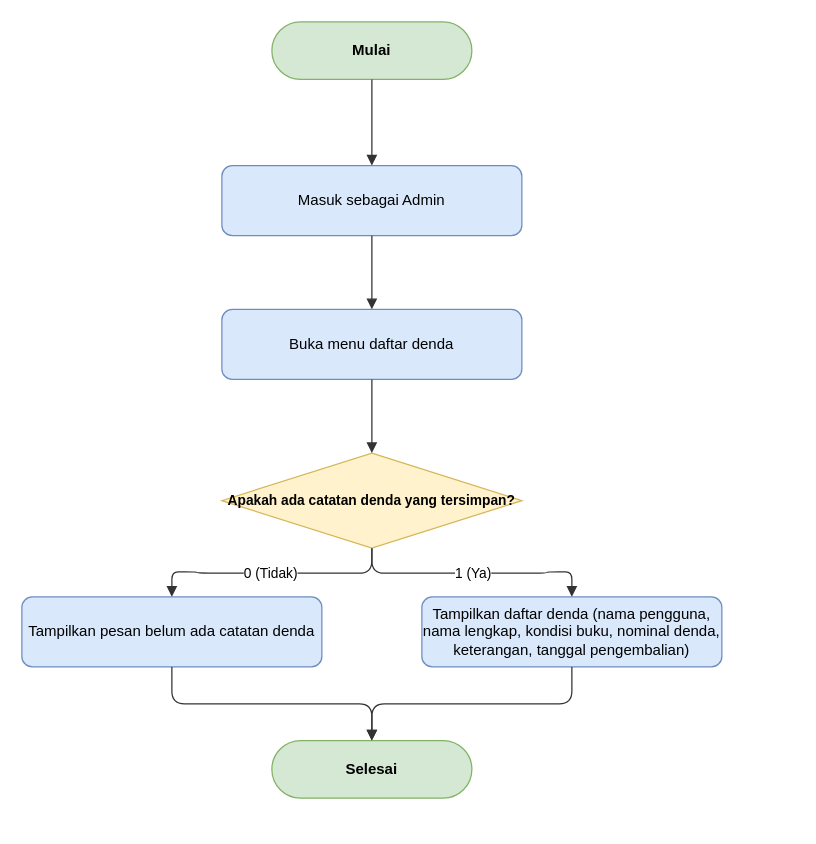
Before: docs/diagrams/flowchart/flowchart-getdenda.drawio in dimstyle/ruang-baca, a draw.io diagram. Source tidied: cells renumbered, new cells numbered last; positions are measured from the earlier drawing's top-left corner, leaving out a move shared by most shapes. Both pictures are drawn from the tidied source at 125%, with x=0, y=0 at pixel (21, 21).
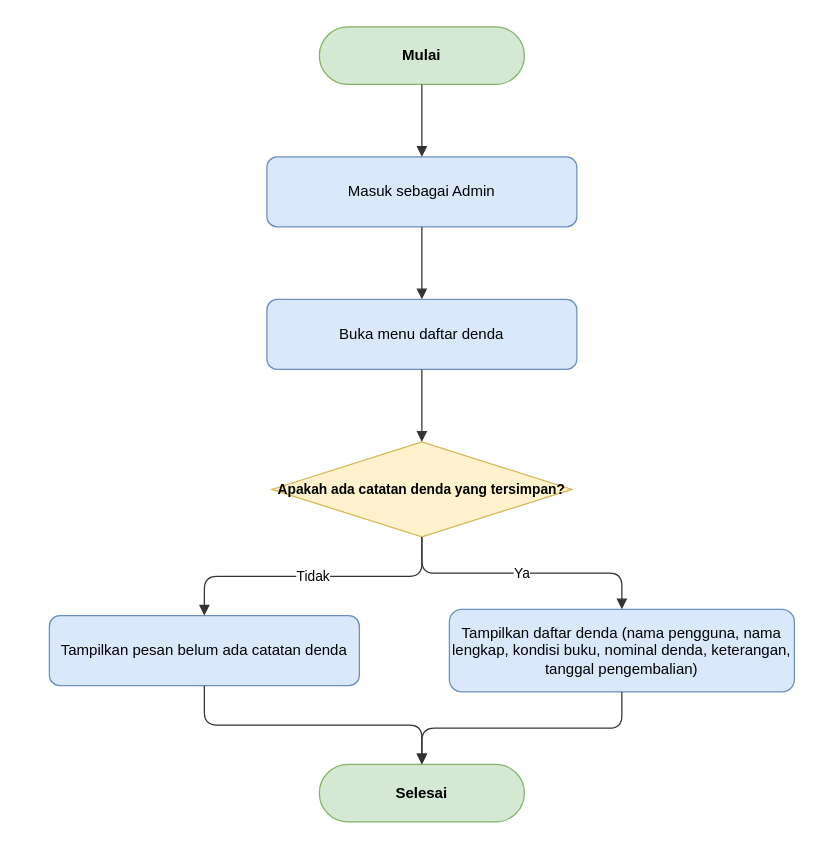
The same diagram, later.

What changed in the source:
```diff
@@
 <mxGraphModel>
   <root>
     <mxCell id="0" />
     <mxCell id="1" parent="0" />
     <mxCell id="2" value="Mulai" style="rounded=1;whiteSpace=wrap;html=1;arcSize=50;fillColor=#d5e8d4;strokeColor=#82b366;fontStyle=1;fontSize=12;" parent="1" vertex="1">
-      <mxGeometry x="200" width="160" height="46" as="geometry" />
+      <mxGeometry x="238" y="4" width="164" height="46" as="geometry" />
     </mxCell>
     <mxCell id="3" value="Masuk sebagai Admin" style="rounded=1;whiteSpace=wrap;html=1;fillColor=#dae8fc;strokeColor=#6c8ebf;fontSize=12;" parent="1" vertex="1">
-      <mxGeometry x="160" y="115" width="240" height="56" as="geometry" />
+      <mxGeometry x="196" y="108" width="248" height="56" as="geometry" />
     </mxCell>
     <mxCell id="4" value="Buka menu daftar denda" style="rounded=1;whiteSpace=wrap;html=1;fillColor=#dae8fc;strokeColor=#6c8ebf;fontSize=12;" parent="1" vertex="1">
-      <mxGeometry x="160" y="230" width="240" height="56" as="geometry" />
+      <mxGeometry x="196" y="222" width="248" height="56" as="geometry" />
     </mxCell>
     <mxCell id="5" value="Apakah ada catatan denda yang tersimpan?" style="rhombus;whiteSpace=wrap;html=1;fillColor=#fff2cc;strokeColor=#d6b656;fontStyle=1;fontSize=11;" parent="1" vertex="1">
-      <mxGeometry x="160" y="345" width="240" height="76" as="geometry" />
+      <mxGeometry x="200" y="336" width="240" height="76" as="geometry" />
     </mxCell>
     <mxCell id="6" value="Tampilkan pesan belum ada catatan denda" style="rounded=1;whiteSpace=wrap;html=1;fillColor=#dae8fc;strokeColor=#6c8ebf;fontSize=12;" parent="1" vertex="1">
-      <mxGeometry y="460" width="240" height="56" as="geometry" />
+      <mxGeometry x="22" y="475" width="248" height="56" as="geometry" />
     </mxCell>
     <mxCell id="7" value="Tampilkan daftar denda (nama pengguna, nama lengkap, kondisi buku, nominal denda, keterangan, tanggal pengembalian)" style="rounded=1;whiteSpace=wrap;html=1;fillColor=#dae8fc;strokeColor=#6c8ebf;fontSize=12;" parent="1" vertex="1">
-      <mxGeometry x="320" y="460" width="240" height="56" as="geometry" />
+      <mxGeometry x="342" y="470" width="276" height="66" as="geometry" />
     </mxCell>
     <mxCell id="8" value="Selesai" style="rounded=1;whiteSpace=wrap;html=1;arcSize=50;fillColor=#d5e8d4;strokeColor=#82b366;fontStyle=1;fontSize=12;" parent="1" vertex="1">
-      <mxGeometry x="200" y="575" width="160" height="46" as="geometry" />
+      <mxGeometry x="238" y="594" width="164" height="46" as="geometry" />
     </mxCell>
     <mxCell id="9" style="edgeStyle=orthogonalEdgeStyle;rounded=1;jettySize=auto;html=1;endArrow=block;endFill=1;strokeColor=#333333;fontSize=11;labelBackgroundColor=#ffffff;" parent="1" edge="1" source="2" target="3">
       <mxGeometry relative="1" as="geometry" />
     </mxCell>
     <mxCell id="10" style="edgeStyle=orthogonalEdgeStyle;rounded=1;jettySize=auto;html=1;endArrow=block;endFill=1;strokeColor=#333333;fontSize=11;labelBackgroundColor=#ffffff;" parent="1" edge="1" source="3" target="4">
       <mxGeometry relative="1" as="geometry" />
     </mxCell>
     <mxCell id="11" style="edgeStyle=orthogonalEdgeStyle;rounded=1;jettySize=auto;html=1;endArrow=block;endFill=1;strokeColor=#333333;fontSize=11;labelBackgroundColor=#ffffff;" parent="1" edge="1" source="4" target="5">
       <mxGeometry relative="1" as="geometry" />
     </mxCell>
-    <mxCell id="12" value="0 (Tidak)" style="edgeStyle=orthogonalEdgeStyle;rounded=1;jettySize=auto;html=1;endArrow=block;endFill=1;strokeColor=#333333;fontSize=11;labelBackgroundColor=#ffffff;" parent="1" edge="1" source="5" target="6">
+    <mxCell id="12" value="Tidak" style="edgeStyle=orthogonalEdgeStyle;rounded=1;jettySize=auto;html=1;endArrow=block;endFill=1;strokeColor=#333333;fontSize=11;labelBackgroundColor=#ffffff;" parent="1" edge="1" source="5" target="6">
       <mxGeometry relative="1" as="geometry" />
     </mxCell>
     <mxCell id="13" style="edgeStyle=orthogonalEdgeStyle;rounded=1;jettySize=auto;html=1;endArrow=block;endFill=1;strokeColor=#333333;fontSize=11;labelBackgroundColor=#ffffff;" parent="1" edge="1" source="6" target="8">
       <mxGeometry relative="1" as="geometry" />
     </mxCell>
-    <mxCell id="14" value="1 (Ya)" style="edgeStyle=orthogonalEdgeStyle;rounded=1;jettySize=auto;html=1;endArrow=block;endFill=1;strokeColor=#333333;fontSize=11;labelBackgroundColor=#ffffff;" parent="1" edge="1" source="5" target="7">
+    <mxCell id="14" value="Ya" style="edgeStyle=orthogonalEdgeStyle;rounded=1;jettySize=auto;html=1;endArrow=block;endFill=1;strokeColor=#333333;fontSize=11;labelBackgroundColor=#ffffff;" parent="1" edge="1" source="5" target="7">
       <mxGeometry relative="1" as="geometry" />
     </mxCell>
     <mxCell id="15" style="edgeStyle=orthogonalEdgeStyle;rounded=1;jettySize=auto;html=1;endArrow=block;endFill=1;strokeColor=#333333;fontSize=11;labelBackgroundColor=#ffffff;" parent="1" edge="1" source="7" target="8">
       <mxGeometry relative="1" as="geometry" />
     </mxCell>
   </root>
 </mxGraphModel>
```
